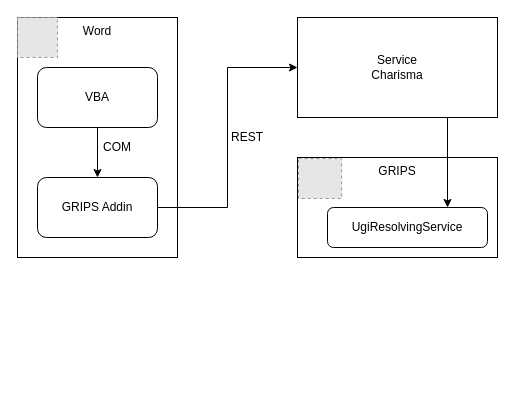
The draw.io diagram GRIPS_Arztbrief_Anbindung.drawio in tgaertner-recom/diagrams.net, before the edit. Source tidied: cells renumbered, new cells numbered last; positions are measured from the earlier drawing's top-left corner, leaving out a move shared by most shapes. Both pictures are drawn from the tidied source at 100%, with x=0, y=0 at pixel (17, 17). Pictures stored in the file or linked from it are replaced by grey dashed boxes.
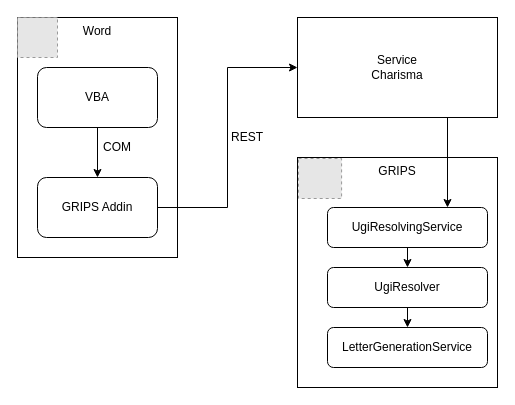
After the change.

Commit message:
GRIPS_Arztbrief_Anbindung

What changed in the source:
```diff
@@
 <mxGraphModel>
   <root>
     <mxCell id="0" />
     <mxCell id="1" parent="0" />
     <mxCell id="2" value="GRIPS" style="rounded=0;whiteSpace=wrap;html=1;verticalAlign=top;" parent="1" vertex="1">
-      <mxGeometry x="280" y="140" width="200" height="100" as="geometry" />
+      <mxGeometry x="280" y="140" width="200" height="230" as="geometry" />
     </mxCell>
     <mxCell id="3" value="Word" style="rounded=0;whiteSpace=wrap;html=1;verticalAlign=top;" parent="1" vertex="1">
       <mxGeometry width="160" height="240" as="geometry" />
     </mxCell>
     <mxCell id="4" style="edgeStyle=orthogonalEdgeStyle;rounded=0;jettySize=auto;html=1;exitX=1;exitY=0.5;exitDx=0;exitDy=0;entryX=0;entryY=0.5;entryDx=0;entryDy=0;" parent="1" edge="1" source="5" target="7">
       <mxGeometry relative="1" as="geometry" />
     </mxCell>
     <mxCell id="5" value="GRIPS Addin" style="rounded=1;whiteSpace=wrap;html=1;" parent="1" vertex="1">
       <mxGeometry x="20" y="160" width="120" height="60" as="geometry" />
     </mxCell>
     <mxCell id="6" style="edgeStyle=orthogonalEdgeStyle;rounded=0;jettySize=auto;html=1;entryX=0.75;entryY=0;entryDx=0;entryDy=0;exitX=0.75;exitY=1;exitDx=0;exitDy=0;" parent="1" edge="1" source="7" target="12">
       <mxGeometry relative="1" as="geometry" />
     </mxCell>
     <mxCell id="7" value="Service&lt;br&gt;Charisma" style="rounded=0;whiteSpace=wrap;html=1;" parent="1" vertex="1">
       <mxGeometry x="280" width="200" height="100" as="geometry" />
     </mxCell>
     <mxCell id="8" style="edgeStyle=orthogonalEdgeStyle;rounded=0;jettySize=auto;html=1;entryX=0.5;entryY=0;entryDx=0;entryDy=0;" parent="1" edge="1" source="9" target="5">
       <mxGeometry relative="1" as="geometry" />
     </mxCell>
     <mxCell id="9" value="VBA" style="rounded=1;whiteSpace=wrap;html=1;" parent="1" vertex="1">
       <mxGeometry x="20" y="50" width="120" height="60" as="geometry" />
     </mxCell>
     <mxCell id="10" value="COM" style="text;html=1;strokeColor=none;fillColor=none;align=center;verticalAlign=middle;whiteSpace=wrap;rounded=0;" parent="1" vertex="1">
       <mxGeometry x="80" y="120" width="40" height="20" as="geometry" />
     </mxCell>
     <mxCell id="11" value="REST" style="text;html=1;strokeColor=none;fillColor=none;align=center;verticalAlign=middle;whiteSpace=wrap;rounded=0;" parent="1" vertex="1">
       <mxGeometry x="210" y="110" width="40" height="20" as="geometry" />
     </mxCell>
+    <mxCell id="15" style="edgeStyle=orthogonalEdgeStyle;rounded=0;jettySize=auto;html=1;exitX=0.5;exitY=1;exitDx=0;exitDy=0;entryX=0.5;entryY=0;entryDx=0;entryDy=0;" parent="1" edge="1" source="12" target="17">
+      <mxGeometry relative="1" as="geometry" />
+    </mxCell>
     <mxCell id="12" value="UgiResolvingService" style="rounded=1;whiteSpace=wrap;html=1;" parent="1" vertex="1">
       <mxGeometry x="310" y="190" width="160" height="40" as="geometry" />
     </mxCell>
     <mxCell id="13" style="fillColor=#E6E6E6;strokeColor=#999999;dashed=1;verticalLabelPosition=bottom;labelBackgroundColor=#ffffff;verticalAlign=top;" parent="1" vertex="1">
       <mxGeometry width="40" height="40" as="geometry" />
     </mxCell>
     <mxCell id="14" style="fillColor=#E6E6E6;strokeColor=#999999;dashed=1;verticalLabelPosition=bottom;labelBackgroundColor=#ffffff;verticalAlign=top;" parent="1" vertex="1">
       <mxGeometry x="281" y="141" width="43.1" height="40" as="geometry" />
     </mxCell>
+    <mxCell id="16" style="edgeStyle=orthogonalEdgeStyle;rounded=0;jettySize=auto;html=1;exitX=0.5;exitY=1;exitDx=0;exitDy=0;entryX=0.5;entryY=0;entryDx=0;entryDy=0;" parent="1" edge="1" source="17" target="18">
+      <mxGeometry relative="1" as="geometry" />
+    </mxCell>
+    <mxCell id="17" value="UgiResolver" style="rounded=1;whiteSpace=wrap;html=1;" parent="1" vertex="1">
+      <mxGeometry x="310" y="250" width="160" height="40" as="geometry" />
+    </mxCell>
+    <mxCell id="18" value="LetterGenerationService" style="rounded=1;whiteSpace=wrap;html=1;" parent="1" vertex="1">
+      <mxGeometry x="310" y="310" width="160" height="40" as="geometry" />
+    </mxCell>
   </root>
 </mxGraphModel>
```
